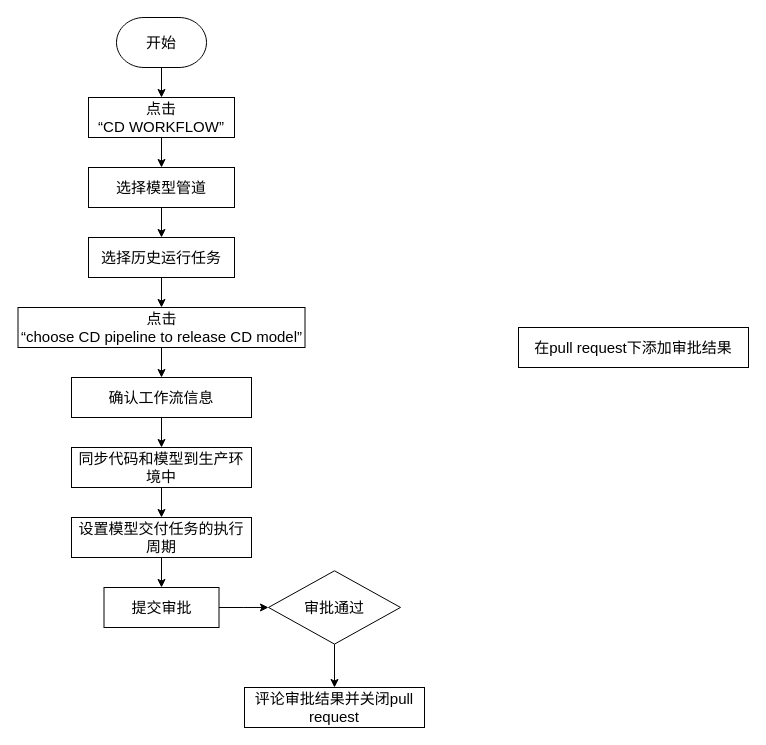
Before: 模型交付任务申请流程图.drawio in Sequin-hdd/COINFO, a draw.io diagram. Source tidied: cells renumbered, new cells numbered last; positions are measured from the earlier drawing's top-left corner, leaving out a move shared by most shapes. Both pictures are drawn from the tidied source at 100%, with x=0, y=0 at pixel (18, 17).
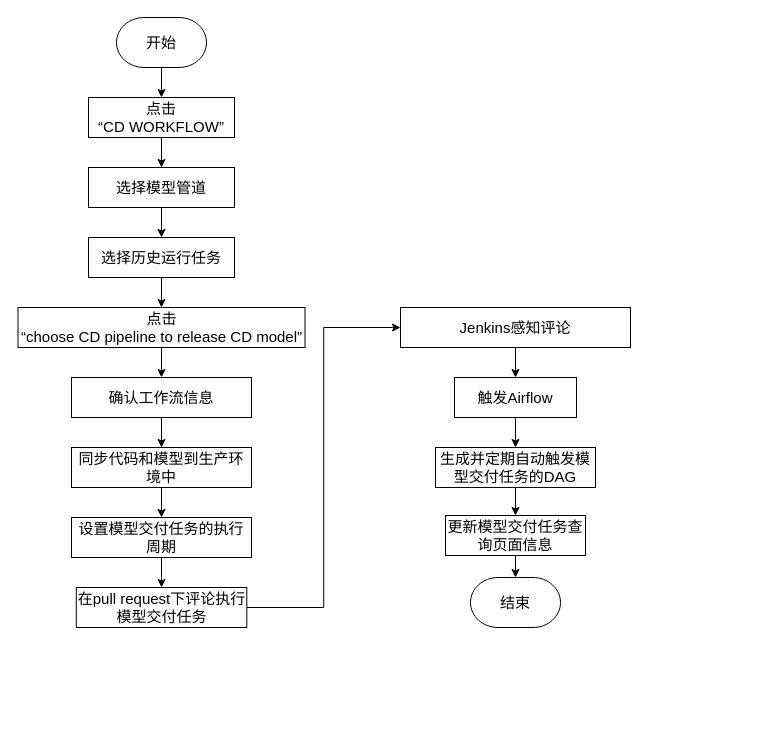
After the change.

Commit message (it also covers changes not shown here):
更新模型交付任务申请流程图.drawio

Change to the diagram source:
```diff
@@
-    <mxCell id="16" style="edgeStyle=orthogonalEdgeStyle;rounded=0;jettySize=auto;html=1;exitX=1;exitY=0.5;exitDx=0;exitDy=0;entryX=0;entryY=0.5;entryDx=0;entryDy=0;" parent="1" edge="1" source="17" target="19">
-      <mxGeometry relative="1" as="geometry" />
-    </mxCell>
+    <mxCell id="24" style="edgeStyle=orthogonalEdgeStyle;rounded=0;jettySize=auto;html=1;exitX=1;exitY=0.5;exitDx=0;exitDy=0;entryX=0;entryY=0.5;entryDx=0;entryDy=0;" parent="1" edge="1" source="17" target="21">
+      <mxGeometry relative="1" as="geometry" />
+    </mxCell>
-    <mxCell id="17" value="&lt;span style=&quot;font-size: 15px&quot;&gt;提交审批&lt;br&gt;&lt;/span&gt;" style="rounded=0;whiteSpace=wrap;html=1;" parent="1" vertex="1">
-      <mxGeometry x="85.5" y="570" width="115" height="40" as="geometry" />
+    <mxCell id="17" value="&lt;span style=&quot;font-size: 15px&quot;&gt;在pull request下评论执行模型交付任务&lt;/span&gt;&lt;span style=&quot;font-size: 15px&quot;&gt;&lt;br&gt;&lt;/span&gt;" style="rounded=0;whiteSpace=wrap;html=1;" parent="1" vertex="1">
+      <mxGeometry x="57.8" y="570" width="170.5" height="40" as="geometry" />
     </mxCell>
-    <mxCell id="18" style="edgeStyle=orthogonalEdgeStyle;rounded=0;jettySize=auto;html=1;entryX=0.5;entryY=0;entryDx=0;entryDy=0;" parent="1" edge="1" source="19" target="20">
-      <mxGeometry relative="1" as="geometry" />
-    </mxCell>
-    <mxCell id="19" value="&lt;span style=&quot;font-size: 15px&quot;&gt;审批通过&lt;/span&gt;" style="rhombus;whiteSpace=wrap;html=1;" parent="1" vertex="1">
-      <mxGeometry x="250" y="553.3" width="132" height="73.3" as="geometry" />
-    </mxCell>
-    <mxCell id="20" value="&lt;span style=&quot;font-size: 15px&quot;&gt;评论审批结果并关闭pull request&lt;br&gt;&lt;/span&gt;" style="rounded=0;whiteSpace=wrap;html=1;" parent="1" vertex="1">
-      <mxGeometry x="226" y="670" width="180" height="40" as="geometry" />
-    </mxCell>
+    <mxCell id="25" style="edgeStyle=orthogonalEdgeStyle;rounded=0;jettySize=auto;html=1;exitX=0.5;exitY=1;exitDx=0;exitDy=0;entryX=0.5;entryY=0;entryDx=0;entryDy=0;" parent="1" edge="1" source="21" target="27">
+      <mxGeometry relative="1" as="geometry" />
+    </mxCell>
-    <mxCell id="21" value="&lt;span style=&quot;font-size: 15px&quot;&gt;在pull request下添加审批结果&lt;br&gt;&lt;/span&gt;" style="rounded=0;whiteSpace=wrap;html=1;" parent="1" vertex="1">
-      <mxGeometry x="500" y="310" width="230" height="40" as="geometry" />
+    <mxCell id="21" value="&lt;span style=&quot;font-size: 15px&quot;&gt;Jenkins感知评论&lt;/span&gt;&lt;span style=&quot;font-size: 15px&quot;&gt;&lt;br&gt;&lt;/span&gt;" style="rounded=0;whiteSpace=wrap;html=1;" parent="1" vertex="1">
+      <mxGeometry x="382" y="290" width="230" height="40" as="geometry" />
     </mxCell>
@@
+    <mxCell id="26" style="edgeStyle=orthogonalEdgeStyle;rounded=0;jettySize=auto;html=1;exitX=0.5;exitY=1;exitDx=0;exitDy=0;" parent="1" edge="1" source="27" target="29">
+      <mxGeometry relative="1" as="geometry" />
+    </mxCell>
+    <mxCell id="27" value="&lt;span style=&quot;font-size: 15px&quot;&gt;触发Airflow&lt;/span&gt;&lt;span style=&quot;font-size: 15px&quot;&gt;&lt;br&gt;&lt;/span&gt;" style="rounded=0;whiteSpace=wrap;html=1;" parent="1" vertex="1">
+      <mxGeometry x="436" y="360" width="122" height="40" as="geometry" />
+    </mxCell>
+    <mxCell id="28" style="edgeStyle=orthogonalEdgeStyle;rounded=0;jettySize=auto;html=1;exitX=0.5;exitY=1;exitDx=0;exitDy=0;" parent="1" edge="1" source="29" target="31">
+      <mxGeometry relative="1" as="geometry" />
+    </mxCell>
+    <mxCell id="29" value="&lt;span style=&quot;font-size: 15px&quot;&gt;生成并定期自动触发模型交付任务的DAG&lt;br&gt;&lt;/span&gt;" style="rounded=0;whiteSpace=wrap;html=1;" parent="1" vertex="1">
+      <mxGeometry x="417" y="430" width="160" height="40" as="geometry" />
+    </mxCell>
+    <mxCell id="30" style="edgeStyle=orthogonalEdgeStyle;rounded=0;jettySize=auto;html=1;exitX=0.5;exitY=1;exitDx=0;exitDy=0;" parent="1" edge="1" source="31" target="32">
+      <mxGeometry relative="1" as="geometry" />
+    </mxCell>
+    <mxCell id="31" value="&lt;span style=&quot;font-size: 15px&quot;&gt;更新模型交付任务查询页面信息&lt;br&gt;&lt;/span&gt;" style="rounded=0;whiteSpace=wrap;html=1;" parent="1" vertex="1">
+      <mxGeometry x="427" y="498" width="140" height="40" as="geometry" />
+    </mxCell>
+    <mxCell id="32" value="结束" style="strokeWidth=1;html=1;shape=mxgraph.flowchart.terminator;whiteSpace=wrap;rounded=1;glass=0;fontSize=15;" parent="1" vertex="1">
+      <mxGeometry x="452" y="560" width="90" height="50" as="geometry" />
+    </mxCell>
```
